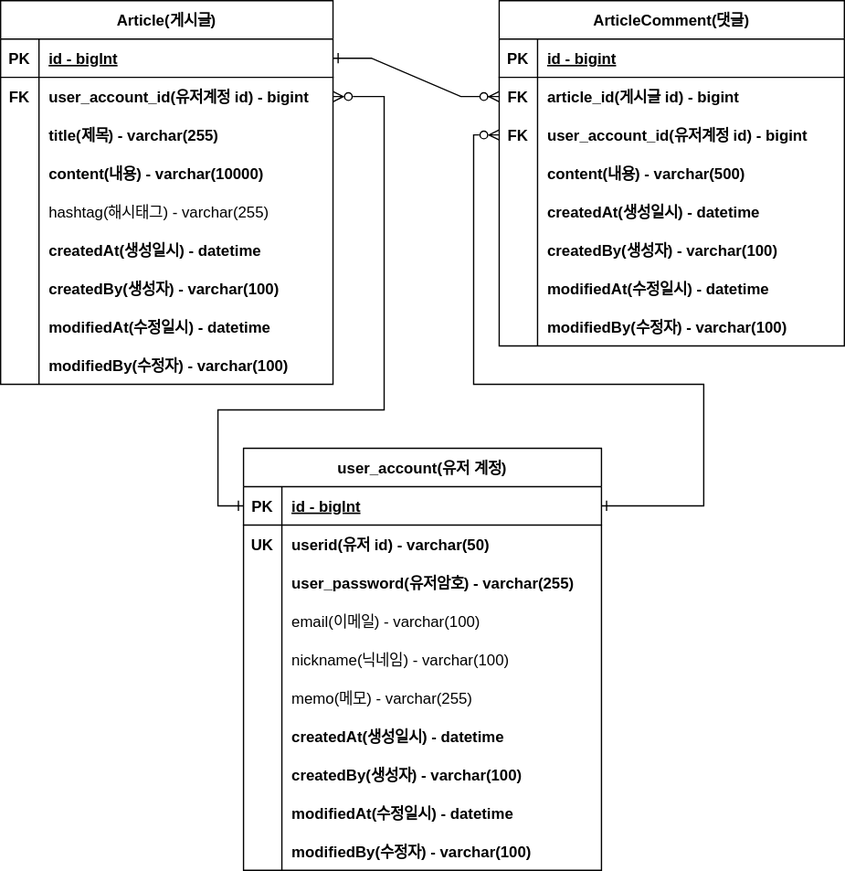
Before: doument/project-board_erd.svg, a diagram exported from draw.io (upbreak/project-board). Source tidied: cells renumbered, new cells last; positions are measured from the earlier drawing's top-left corner, leaving out a move shared by most shapes.
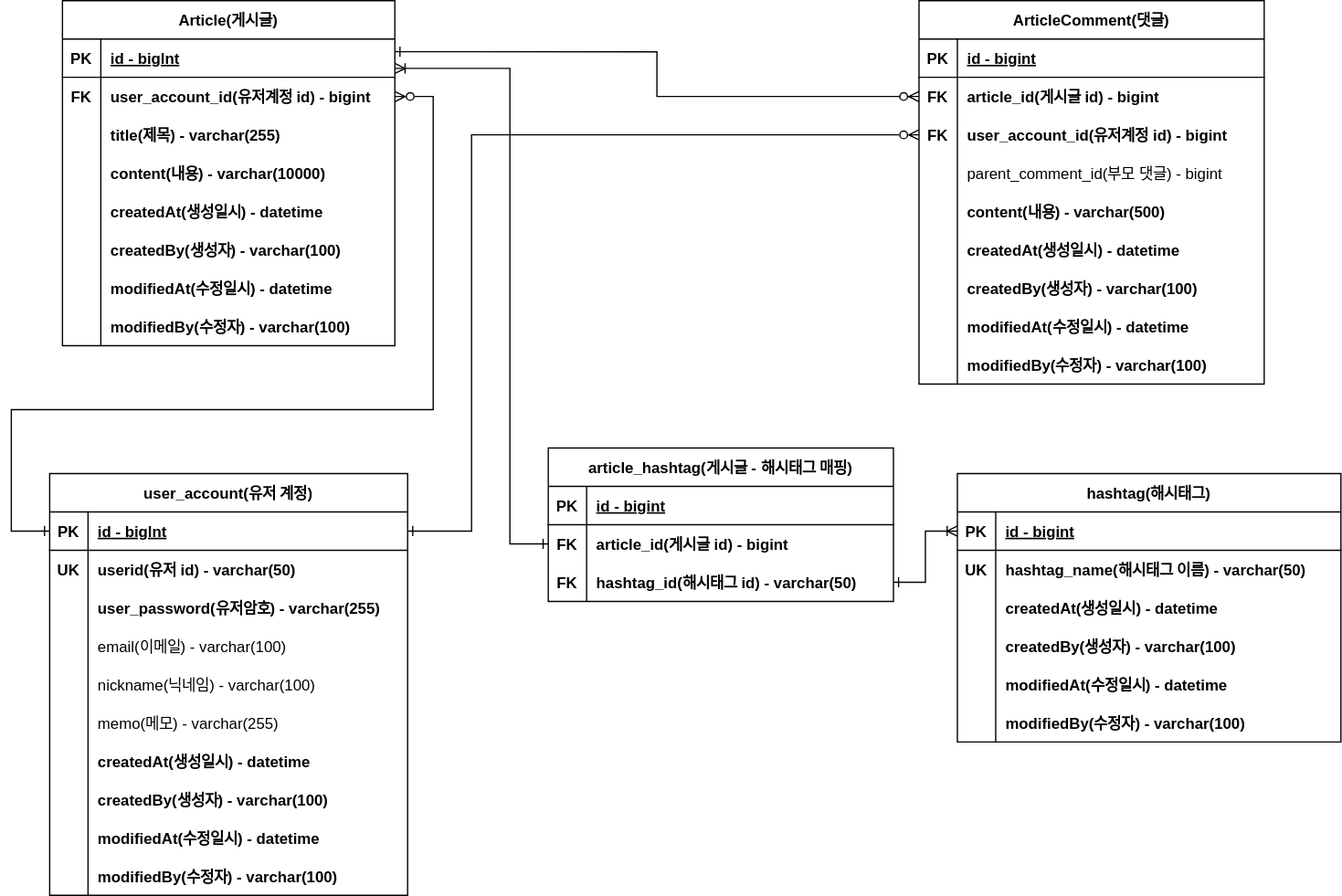
The same file after the commit.

Commit message:
#22 - project-board_erd.svg 업데이트: 대댓글, 해시태그

What changed in the source:
```diff
@@ -3,7 +3,7 @@
     <mxCell id="0" />
     <mxCell id="1" parent="0" />
     <mxCell id="2" value="Article(게시글)" style="shape=table;startSize=30;rowLines=0;fontStyle=1;align=center;" parent="1" vertex="1">
-      <mxGeometry width="260" height="300" as="geometry" />
+      <mxGeometry width="260" height="270" as="geometry" />
     </mxCell>
     <mxCell id="3" style="shape=partialRectangle;fillColor=none;points=[[0,0.5],[1,0.5]];portConstraint=eastwest;top=0;left=0;right=0;bottom=1;" parent="2" vertex="1">
       <mxGeometry y="30" width="260" height="30" as="geometry" />
@@ -41,17 +41,8 @@
     <mxCell id="14" value="content(내용) - varchar(10000)" style="shape=partialRectangle;overflow=hidden;fillColor=none;top=0;left=0;bottom=0;right=0;align=left;spacingLeft=6;fontStyle=1;" parent="12" vertex="1">
       <mxGeometry x="30" width="230" height="30" as="geometry" />
     </mxCell>
-    <mxCell id="15" style="shape=partialRectangle;fillColor=none;top=0;left=0;right=0;bottom=0;" parent="2" vertex="1">
-      <mxGeometry y="150" width="260" height="30" as="geometry" />
-    </mxCell>
-    <mxCell id="16" style="shape=partialRectangle;overflow=hidden;fillColor=none;top=0;left=0;bottom=0;right=0;" parent="15" vertex="1">
-      <mxGeometry width="30" height="30" as="geometry" />
-    </mxCell>
-    <mxCell id="17" value="hashtag(해시태그) - varchar(255)" style="shape=partialRectangle;overflow=hidden;fillColor=none;top=0;left=0;bottom=0;right=0;align=left;spacingLeft=6;" parent="15" vertex="1">
-      <mxGeometry x="30" width="230" height="30" as="geometry" />
-    </mxCell>
     <mxCell id="18" style="shape=partialRectangle;fillColor=none;top=0;left=0;right=0;bottom=0;" parent="2" vertex="1">
-      <mxGeometry y="180" width="260" height="30" as="geometry" />
+      <mxGeometry y="150" width="260" height="30" as="geometry" />
     </mxCell>
     <mxCell id="19" style="shape=partialRectangle;overflow=hidden;fillColor=none;top=0;left=0;bottom=0;right=0;" parent="18" vertex="1">
       <mxGeometry width="30" height="30" as="geometry" />
@@ -60,7 +51,7 @@
       <mxGeometry x="30" width="230" height="30" as="geometry" />
     </mxCell>
     <mxCell id="21" style="shape=partialRectangle;fillColor=none;top=0;left=0;right=0;bottom=0;" parent="2" vertex="1">
-      <mxGeometry y="210" width="260" height="30" as="geometry" />
+      <mxGeometry y="180" width="260" height="30" as="geometry" />
     </mxCell>
     <mxCell id="22" style="shape=partialRectangle;overflow=hidden;fillColor=none;top=0;left=0;bottom=0;right=0;" parent="21" vertex="1">
       <mxGeometry width="30" height="30" as="geometry" />
@@ -69,7 +60,7 @@
       <mxGeometry x="30" width="230" height="30" as="geometry" />
     </mxCell>
     <mxCell id="24" style="shape=partialRectangle;fillColor=none;top=0;left=0;right=0;bottom=0;" parent="2" vertex="1">
-      <mxGeometry y="240" width="260" height="30" as="geometry" />
+      <mxGeometry y="210" width="260" height="30" as="geometry" />
     </mxCell>
     <mxCell id="25" style="shape=partialRectangle;overflow=hidden;fillColor=none;top=0;left=0;bottom=0;right=0;" parent="24" vertex="1">
       <mxGeometry width="30" height="30" as="geometry" />
@@ -78,7 +69,7 @@
       <mxGeometry x="30" width="230" height="30" as="geometry" />
     </mxCell>
     <mxCell id="27" style="shape=partialRectangle;fillColor=none;top=0;left=0;right=0;bottom=0;" parent="2" vertex="1">
-      <mxGeometry y="270" width="260" height="30" as="geometry" />
+      <mxGeometry y="240" width="260" height="30" as="geometry" />
     </mxCell>
     <mxCell id="28" style="shape=partialRectangle;overflow=hidden;fillColor=none;top=0;left=0;bottom=0;right=0;" parent="27" vertex="1">
       <mxGeometry width="30" height="30" as="geometry" />
@@ -87,7 +78,7 @@
       <mxGeometry x="30" width="230" height="30" as="geometry" />
     </mxCell>
     <mxCell id="30" value="ArticleComment(댓글)" style="shape=table;startSize=30;rowLines=0;fontStyle=1;align=center;" parent="1" vertex="1">
-      <mxGeometry x="390" width="270" height="270" as="geometry" />
+      <mxGeometry x="670" width="270" height="300" as="geometry" />
     </mxCell>
     <mxCell id="31" style="shape=partialRectangle;fillColor=none;top=0;left=0;right=0;bottom=1;" parent="30" vertex="1">
       <mxGeometry y="30" width="270" height="30" as="geometry" />
@@ -116,8 +107,17 @@
     <mxCell id="39" value="user_account_id(유저계정 id) - bigint" style="shape=partialRectangle;overflow=hidden;fillColor=none;top=0;left=0;bottom=0;right=0;align=left;spacingLeft=6;fontStyle=1;" parent="37" vertex="1">
       <mxGeometry x="30" width="240" height="30" as="geometry" />
     </mxCell>
+    <mxCell id="89" style="shape=partialRectangle;fillColor=none;top=0;left=0;right=0;bottom=0;" parent="30" vertex="1">
+      <mxGeometry y="120" width="270" height="30" as="geometry" />
+    </mxCell>
+    <mxCell id="90" style="shape=partialRectangle;overflow=hidden;fillColor=none;top=0;left=0;bottom=0;right=0;fontStyle=1;" parent="89" vertex="1">
+      <mxGeometry width="30" height="30" as="geometry" />
+    </mxCell>
+    <mxCell id="91" value="parent_comment_id(부모 댓글) - bigint" style="shape=partialRectangle;overflow=hidden;fillColor=none;top=0;left=0;bottom=0;right=0;align=left;spacingLeft=6;fontStyle=0;" parent="89" vertex="1">
+      <mxGeometry x="30" width="240" height="30" as="geometry" />
+    </mxCell>
     <mxCell id="40" style="shape=partialRectangle;fillColor=none;top=0;left=0;right=0;bottom=0;" parent="30" vertex="1">
-      <mxGeometry y="120" width="270" height="30" as="geometry" />
+      <mxGeometry y="150" width="270" height="30" as="geometry" />
     </mxCell>
     <mxCell id="41" style="shape=partialRectangle;overflow=hidden;fillColor=none;top=0;left=0;bottom=0;right=0;" parent="40" vertex="1">
       <mxGeometry width="30" height="30" as="geometry" />
@@ -126,7 +126,7 @@
       <mxGeometry x="30" width="240" height="30" as="geometry" />
     </mxCell>
     <mxCell id="43" style="shape=partialRectangle;fillColor=none;top=0;left=0;right=0;bottom=0;" parent="30" vertex="1">
-      <mxGeometry y="150" width="270" height="30" as="geometry" />
+      <mxGeometry y="180" width="270" height="30" as="geometry" />
     </mxCell>
     <mxCell id="44" style="shape=partialRectangle;overflow=hidden;fillColor=none;top=0;left=0;bottom=0;right=0;" parent="43" vertex="1">
       <mxGeometry width="30" height="30" as="geometry" />
@@ -135,7 +135,7 @@
       <mxGeometry x="30" width="240" height="30" as="geometry" />
     </mxCell>
     <mxCell id="46" style="shape=partialRectangle;fillColor=none;top=0;left=0;right=0;bottom=0;" parent="30" vertex="1">
-      <mxGeometry y="180" width="270" height="30" as="geometry" />
+      <mxGeometry y="210" width="270" height="30" as="geometry" />
     </mxCell>
     <mxCell id="47" style="shape=partialRectangle;overflow=hidden;fillColor=none;top=0;left=0;bottom=0;right=0;" parent="46" vertex="1">
       <mxGeometry width="30" height="30" as="geometry" />
@@ -144,7 +144,7 @@
       <mxGeometry x="30" width="240" height="30" as="geometry" />
     </mxCell>
     <mxCell id="49" style="shape=partialRectangle;fillColor=none;top=0;left=0;right=0;bottom=0;" parent="30" vertex="1">
-      <mxGeometry y="210" width="270" height="30" as="geometry" />
+      <mxGeometry y="240" width="270" height="30" as="geometry" />
     </mxCell>
     <mxCell id="50" style="shape=partialRectangle;overflow=hidden;fillColor=none;top=0;left=0;bottom=0;right=0;" parent="49" vertex="1">
       <mxGeometry width="30" height="30" as="geometry" />
@@ -153,7 +153,7 @@
       <mxGeometry x="30" width="240" height="30" as="geometry" />
     </mxCell>
     <mxCell id="52" style="shape=partialRectangle;fillColor=none;top=0;left=0;right=0;bottom=0;" parent="30" vertex="1">
-      <mxGeometry y="240" width="270" height="30" as="geometry" />
+      <mxGeometry y="270" width="270" height="30" as="geometry" />
     </mxCell>
     <mxCell id="53" style="shape=partialRectangle;overflow=hidden;fillColor=none;top=0;left=0;bottom=0;right=0;" parent="52" vertex="1">
       <mxGeometry width="30" height="30" as="geometry" />
@@ -161,11 +161,11 @@
     <mxCell id="54" value="modifiedBy(수정자) - varchar(100)" style="shape=partialRectangle;overflow=hidden;fillColor=none;top=0;left=0;bottom=0;right=0;align=left;spacingLeft=6;fontStyle=1;" parent="52" vertex="1">
       <mxGeometry x="30" width="240" height="30" as="geometry" />
     </mxCell>
-    <mxCell id="55" style="edgeStyle=entityRelationEdgeStyle;fontSize=12;html=1;endArrow=ERzeroToMany;startArrow=ERone;rounded=0;entryX=0;entryY=0.5;entryDx=0;entryDy=0;exitX=1;exitY=0.5;exitDx=0;exitDy=0;startFill=0;" parent="1" edge="1" source="3" target="34">
+    <mxCell id="55" style="edgeStyle=orthogonalEdgeStyle;fontSize=12;html=1;endArrow=ERzeroToMany;startArrow=ERone;rounded=0;entryX=0;entryY=0.5;entryDx=0;entryDy=0;exitX=1;exitY=0.333;exitDx=0;exitDy=0;startFill=0;exitPerimeter=0;" parent="1" edge="1" source="3" target="34">
       <mxGeometry relative="1" as="geometry" />
     </mxCell>
     <mxCell id="56" value="user_account(유저 계정)" style="shape=table;startSize=30;rowLines=0;fontStyle=1;align=center;" parent="1" vertex="1">
-      <mxGeometry x="190" y="350" width="280" height="330" as="geometry" />
+      <mxGeometry x="-10" y="370" width="280" height="330" as="geometry" />
     </mxCell>
     <mxCell id="57" style="shape=partialRectangle;fillColor=none;points=[[0,0.5],[1,0.5]];portConstraint=eastwest;top=0;left=0;right=0;bottom=1;" parent="56" vertex="1">
       <mxGeometry y="30" width="280" height="30" as="geometry" />
@@ -260,22 +260,118 @@
     <mxCell id="87" style="edgeStyle=orthogonalEdgeStyle;rounded=0;jettySize=auto;html=1;exitX=0;exitY=0.5;exitDx=0;exitDy=0;endArrow=ERone;endFill=0;startArrow=ERzeroToMany;startFill=0;entryX=1;entryY=0.5;entryDx=0;entryDy=0;" parent="1" edge="1" source="37" target="57">
       <mxGeometry relative="1" as="geometry">
         <Array as="points">
-          <mxPoint x="370" y="105" />
-          <mxPoint x="370" y="300" />
-          <mxPoint x="550" y="300" />
-          <mxPoint x="550" y="395" />
+          <mxPoint x="320" y="105" />
+          <mxPoint x="320" y="415" />
         </Array>
       </mxGeometry>
     </mxCell>
     <mxCell id="88" style="edgeStyle=orthogonalEdgeStyle;rounded=0;jettySize=auto;html=1;exitX=1;exitY=0.5;exitDx=0;exitDy=0;entryX=0;entryY=0.5;entryDx=0;entryDy=0;startArrow=ERzeroToMany;startFill=0;endArrow=ERone;endFill=0;" parent="1" edge="1" source="6" target="57">
       <mxGeometry relative="1" as="geometry">
         <Array as="points">
-          <mxPoint x="300" y="75" />
-          <mxPoint x="300" y="320" />
-          <mxPoint x="170" y="320" />
-          <mxPoint x="170" y="395" />
+          <mxPoint x="290" y="75" />
+          <mxPoint x="290" y="320" />
+          <mxPoint x="-40" y="320" />
+          <mxPoint x="-40" y="415" />
         </Array>
       </mxGeometry>
     </mxCell>
+    <mxCell id="92" value="hashtag(해시태그)" style="shape=table;startSize=30;rowLines=0;fontStyle=1;align=center;" parent="1" vertex="1">
+      <mxGeometry x="700" y="370" width="300" height="210" as="geometry" />
+    </mxCell>
+    <mxCell id="93" style="shape=partialRectangle;fillColor=none;points=[[0,0.5],[1,0.5]];portConstraint=eastwest;top=0;left=0;right=0;bottom=1;" parent="92" vertex="1">
+      <mxGeometry y="30" width="300" height="30" as="geometry" />
+    </mxCell>
+    <mxCell id="94" value="PK" style="shape=partialRectangle;overflow=hidden;fillColor=none;top=0;left=0;bottom=0;right=0;fontStyle=1;" parent="93" vertex="1">
+      <mxGeometry width="30" height="30" as="geometry" />
+    </mxCell>
+    <mxCell id="95" value="id - bigint" style="shape=partialRectangle;overflow=hidden;fillColor=none;top=0;left=0;bottom=0;right=0;align=left;spacingLeft=6;fontStyle=5;" parent="93" vertex="1">
+      <mxGeometry x="30" width="270" height="30" as="geometry" />
+    </mxCell>
+    <mxCell id="96" style="shape=partialRectangle;fillColor=none;top=0;left=0;right=0;bottom=0;" parent="92" vertex="1">
+      <mxGeometry y="60" width="300" height="30" as="geometry" />
+    </mxCell>
+    <mxCell id="97" value="UK" style="shape=partialRectangle;overflow=hidden;fillColor=none;top=0;left=0;bottom=0;right=0;fontStyle=1;" parent="96" vertex="1">
+      <mxGeometry width="30" height="30" as="geometry" />
+    </mxCell>
+    <mxCell id="98" value="hashtag_name(해시태그 이름) - varchar(50)" style="shape=partialRectangle;overflow=hidden;fillColor=none;top=0;left=0;bottom=0;right=0;align=left;spacingLeft=6;fontStyle=1;" parent="96" vertex="1">
+      <mxGeometry x="30" width="270" height="30" as="geometry" />
+    </mxCell>
+    <mxCell id="99" style="shape=partialRectangle;fillColor=none;top=0;left=0;right=0;bottom=0;" parent="92" vertex="1">
+      <mxGeometry y="90" width="300" height="30" as="geometry" />
+    </mxCell>
+    <mxCell id="100" style="shape=partialRectangle;overflow=hidden;fillColor=none;top=0;left=0;bottom=0;right=0;" parent="99" vertex="1">
+      <mxGeometry width="30" height="30" as="geometry" />
+    </mxCell>
+    <mxCell id="101" value="createdAt(생성일시) - datetime" style="shape=partialRectangle;overflow=hidden;fillColor=none;top=0;left=0;bottom=0;right=0;align=left;spacingLeft=6;fontStyle=1;" parent="99" vertex="1">
+      <mxGeometry x="30" width="270" height="30" as="geometry" />
+    </mxCell>
+    <mxCell id="102" style="shape=partialRectangle;fillColor=none;top=0;left=0;right=0;bottom=0;" parent="92" vertex="1">
+      <mxGeometry y="120" width="300" height="30" as="geometry" />
+    </mxCell>
+    <mxCell id="103" style="shape=partialRectangle;overflow=hidden;fillColor=none;top=0;left=0;bottom=0;right=0;" parent="102" vertex="1">
+      <mxGeometry width="30" height="30" as="geometry" />
+    </mxCell>
+    <mxCell id="104" value="createdBy(생성자) - varchar(100)" style="shape=partialRectangle;overflow=hidden;fillColor=none;top=0;left=0;bottom=0;right=0;align=left;spacingLeft=6;fontStyle=1;" parent="102" vertex="1">
+      <mxGeometry x="30" width="270" height="30" as="geometry" />
+    </mxCell>
+    <mxCell id="105" style="shape=partialRectangle;fillColor=none;top=0;left=0;right=0;bottom=0;" parent="92" vertex="1">
+      <mxGeometry y="150" width="300" height="30" as="geometry" />
+    </mxCell>
+    <mxCell id="106" style="shape=partialRectangle;overflow=hidden;fillColor=none;top=0;left=0;bottom=0;right=0;" parent="105" vertex="1">
+      <mxGeometry width="30" height="30" as="geometry" />
+    </mxCell>
+    <mxCell id="107" value="modifiedAt(수정일시) - datetime" style="shape=partialRectangle;overflow=hidden;fillColor=none;top=0;left=0;bottom=0;right=0;align=left;spacingLeft=6;fontStyle=1;" parent="105" vertex="1">
+      <mxGeometry x="30" width="270" height="30" as="geometry" />
+    </mxCell>
+    <mxCell id="108" style="shape=partialRectangle;fillColor=none;top=0;left=0;right=0;bottom=0;" parent="92" vertex="1">
+      <mxGeometry y="180" width="300" height="30" as="geometry" />
+    </mxCell>
+    <mxCell id="109" style="shape=partialRectangle;overflow=hidden;fillColor=none;top=0;left=0;bottom=0;right=0;" parent="108" vertex="1">
+      <mxGeometry width="30" height="30" as="geometry" />
+    </mxCell>
+    <mxCell id="110" value="modifiedBy(수정자) - varchar(100)" style="shape=partialRectangle;overflow=hidden;fillColor=none;top=0;left=0;bottom=0;right=0;align=left;spacingLeft=6;fontStyle=1;" parent="108" vertex="1">
+      <mxGeometry x="30" width="270" height="30" as="geometry" />
+    </mxCell>
+    <mxCell id="111" value="article_hashtag(게시글 - 해시태그 매핑)" style="shape=table;startSize=30;rowLines=0;fontStyle=1;align=center;" parent="1" vertex="1">
+      <mxGeometry x="380" y="350" width="270" height="120" as="geometry" />
+    </mxCell>
+    <mxCell id="112" style="shape=partialRectangle;fillColor=none;top=0;left=0;right=0;bottom=1;" parent="111" vertex="1">
+      <mxGeometry y="30" width="270" height="30" as="geometry" />
+    </mxCell>
+    <mxCell id="113" value="PK" style="shape=partialRectangle;overflow=hidden;fillColor=none;top=0;left=0;bottom=0;right=0;fontStyle=1;" parent="112" vertex="1">
+      <mxGeometry width="30" height="30" as="geometry" />
+    </mxCell>
+    <mxCell id="114" value="id - bigint" style="shape=partialRectangle;overflow=hidden;fillColor=none;top=0;left=0;bottom=0;right=0;align=left;spacingLeft=6;fontStyle=5;" parent="112" vertex="1">
+      <mxGeometry x="30" width="240" height="30" as="geometry" />
+    </mxCell>
+    <mxCell id="115" style="shape=partialRectangle;fillColor=none;points=[[0,0.5],[1,0.5]];portConstraint=eastwest;top=0;left=0;right=0;bottom=0;" parent="111" vertex="1">
+      <mxGeometry y="60" width="270" height="30" as="geometry" />
+    </mxCell>
+    <mxCell id="116" value="FK" style="shape=partialRectangle;overflow=hidden;fillColor=none;top=0;left=0;bottom=0;right=0;fontStyle=1;" parent="115" vertex="1">
+      <mxGeometry width="30" height="30" as="geometry" />
+    </mxCell>
+    <mxCell id="117" value="article_id(게시글 id) - bigint" style="shape=partialRectangle;overflow=hidden;fillColor=none;top=0;left=0;bottom=0;right=0;align=left;spacingLeft=6;fontStyle=1;" parent="115" vertex="1">
+      <mxGeometry x="30" width="240" height="30" as="geometry" />
+    </mxCell>
+    <mxCell id="118" style="shape=partialRectangle;fillColor=none;points=[[0,0.5],[1,0.5]];portConstraint=eastwest;top=0;left=0;right=0;bottom=0;" parent="111" vertex="1">
+      <mxGeometry y="90" width="270" height="30" as="geometry" />
+    </mxCell>
+    <mxCell id="119" value="FK" style="shape=partialRectangle;overflow=hidden;fillColor=none;top=0;left=0;bottom=0;right=0;fontStyle=1;" parent="118" vertex="1">
+      <mxGeometry width="30" height="30" as="geometry" />
+    </mxCell>
+    <mxCell id="120" value="hashtag_id(해시태그 id) - varchar(50)" style="shape=partialRectangle;overflow=hidden;fillColor=none;top=0;left=0;bottom=0;right=0;align=left;spacingLeft=6;fontStyle=1;" parent="118" vertex="1">
+      <mxGeometry x="30" width="240" height="30" as="geometry" />
+    </mxCell>
+    <mxCell id="121" style="edgeStyle=orthogonalEdgeStyle;rounded=0;jettySize=auto;html=1;exitX=1;exitY=0.767;exitDx=0;exitDy=0;entryX=0;entryY=0.5;entryDx=0;entryDy=0;exitPerimeter=0;startArrow=ERoneToMany;startFill=0;endArrow=ERone;endFill=0;" parent="1" edge="1" source="3" target="115">
+      <mxGeometry relative="1" as="geometry">
+        <Array as="points">
+          <mxPoint x="350" y="53" />
+          <mxPoint x="350" y="425" />
+        </Array>
+      </mxGeometry>
+    </mxCell>
+    <mxCell id="122" style="edgeStyle=orthogonalEdgeStyle;rounded=0;jettySize=auto;html=1;exitX=1;exitY=0.5;exitDx=0;exitDy=0;entryX=0;entryY=0.5;entryDx=0;entryDy=0;startArrow=ERone;startFill=0;endArrow=ERoneToMany;endFill=0;" parent="1" edge="1" source="118" target="93">
+      <mxGeometry relative="1" as="geometry" />
+    </mxCell>
   </root>
 </mxGraphModel>
```
